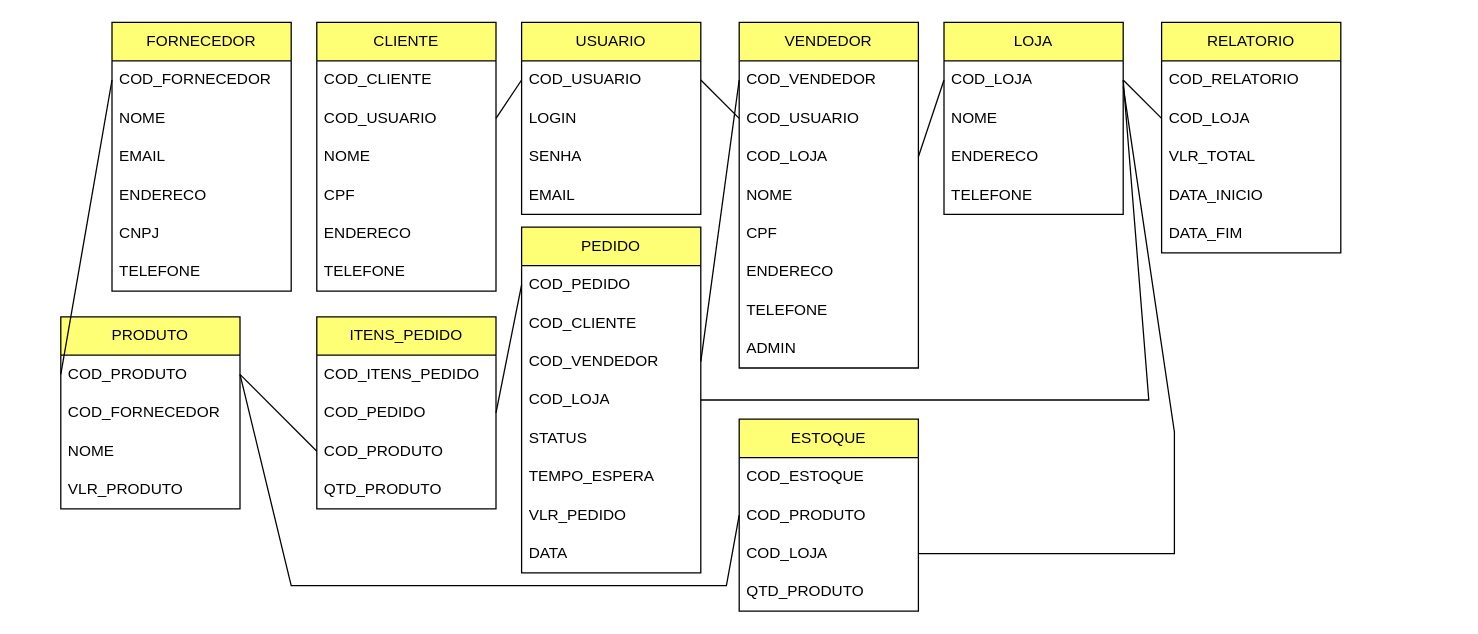
The draw.io diagram ProjetoLógicoZéDelivery/zedelivery.drawio in NicolasKevin2/BD, before the edit. Source tidied: cells renumbered, new cells numbered last; positions are measured from the earlier drawing's top-left corner, leaving out a move shared by most shapes. Both pictures are drawn from the tidied source at 128%, with x=0, y=0 at pixel (60, 22).
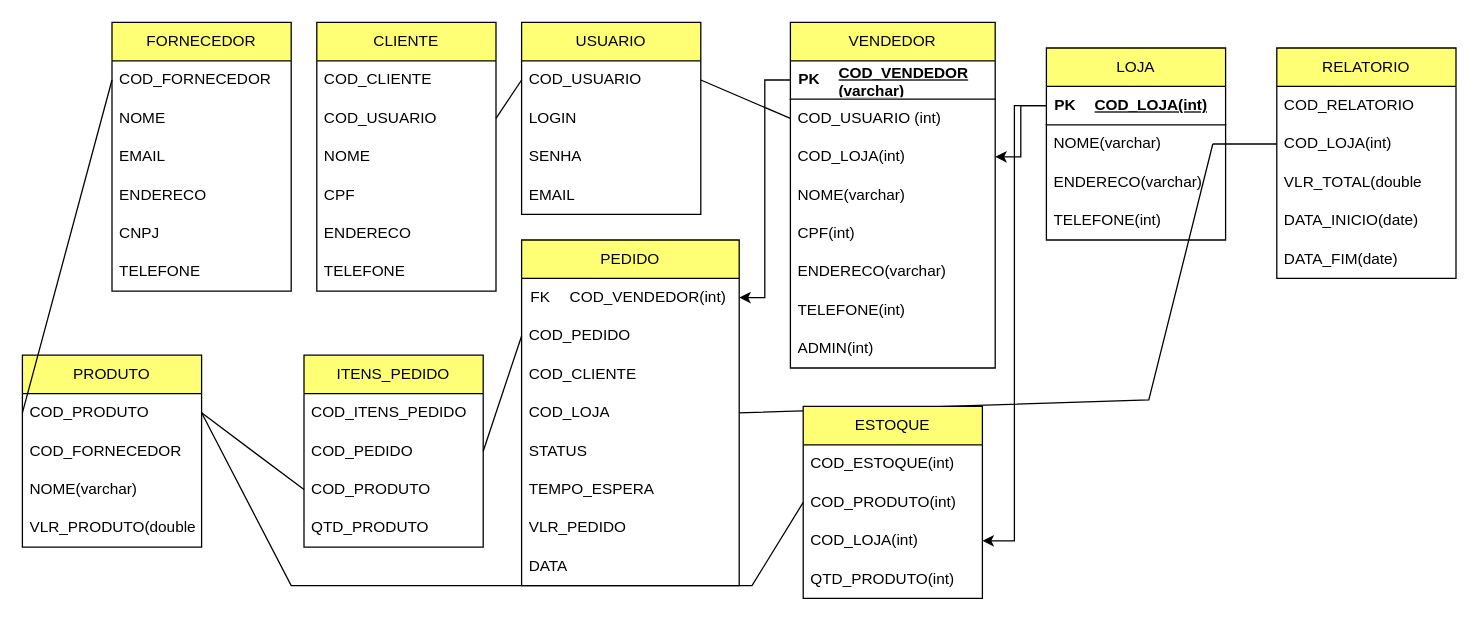
After the change.

Unchanged cells that the change refers to:
```xml
<mxCell id="49" value="COD_PRODUTO" style="text;strokeColor=none;fillColor=none;align=left;verticalAlign=middle;spacingLeft=4;spacingRight=4;overflow=hidden;points=[[0,0.5],[1,0.5]];portConstraint=eastwest;whiteSpace=wrap;html=1;" parent="48" vertex="1">
  <mxGeometry y="30" width="140" height="30" as="geometry" />
</mxCell>
```

Diff of the diagram source:
```diff
@@
     <mxCell id="15" value="VENDEDOR" style="swimlane;fontStyle=0;horizontal=1;startSize=30;whiteSpace=wrap;html=1;fillColor=#FFFF75;" parent="1" vertex="1">
-      <mxGeometry x="530" width="140" height="270" as="geometry" />
+      <mxGeometry x="570" width="160" height="270" as="geometry" />
     </mxCell>
-    <mxCell id="16" value="COD_VENDEDOR" style="text;strokeColor=none;fillColor=none;align=left;verticalAlign=middle;spacingLeft=4;spacingRight=4;overflow=hidden;points=[[0,0.5],[1,0.5]];portConstraint=eastwest;whiteSpace=wrap;html=1;" parent="15" vertex="1">
-      <mxGeometry y="30" width="140" height="30" as="geometry" />
-    </mxCell>
+    <mxCell id="76" style="shape=tableRow;horizontal=0;startSize=0;swimlaneHead=0;swimlaneBody=0;fillColor=none;points=[[0,0.5],[1,0.5]];portConstraint=eastwest;top=0;left=0;right=0;bottom=1;" parent="15" vertex="1">
+      <mxGeometry y="30" width="160" height="30" as="geometry" />
+    </mxCell>
+    <mxCell id="77" value="PK" style="shape=partialRectangle;fillColor=none;top=0;left=0;bottom=0;right=0;fontStyle=1;overflow=hidden;whiteSpace=wrap;html=1;" parent="76" vertex="1">
+      <mxGeometry width="30" height="30" as="geometry" />
+    </mxCell>
+    <mxCell id="78" value="COD_VENDEDOR (varchar)" style="shape=partialRectangle;fillColor=none;top=0;left=0;bottom=0;right=0;align=left;spacingLeft=6;fontStyle=5;overflow=hidden;whiteSpace=wrap;html=1;" parent="76" vertex="1">
+      <mxGeometry x="30" width="150" height="30" as="geometry" />
+    </mxCell>
-    <mxCell id="17" value="COD_USUARIO" style="text;strokeColor=none;fillColor=none;align=left;verticalAlign=middle;spacingLeft=4;spacingRight=4;overflow=hidden;points=[[0,0.5],[1,0.5]];portConstraint=eastwest;whiteSpace=wrap;html=1;" parent="15" vertex="1">
-      <mxGeometry y="60" width="140" height="30" as="geometry" />
+    <mxCell id="17" value="COD_USUARIO (int)" style="text;strokeColor=none;fillColor=none;align=left;verticalAlign=middle;spacingLeft=4;spacingRight=4;overflow=hidden;points=[[0,0.5],[1,0.5]];portConstraint=eastwest;whiteSpace=wrap;html=1;" parent="15" vertex="1">
+      <mxGeometry y="60" width="160" height="30" as="geometry" />
     </mxCell>
-    <mxCell id="18" value="COD_LOJA" style="text;strokeColor=none;fillColor=none;align=left;verticalAlign=middle;spacingLeft=4;spacingRight=4;overflow=hidden;points=[[0,0.5],[1,0.5]];portConstraint=eastwest;whiteSpace=wrap;html=1;" parent="15" vertex="1">
-      <mxGeometry y="90" width="140" height="30" as="geometry" />
+    <mxCell id="18" value="COD_LOJA(int)" style="text;strokeColor=none;fillColor=none;align=left;verticalAlign=middle;spacingLeft=4;spacingRight=4;overflow=hidden;points=[[0,0.5],[1,0.5]];portConstraint=eastwest;whiteSpace=wrap;html=1;" parent="15" vertex="1">
+      <mxGeometry y="90" width="160" height="30" as="geometry" />
     </mxCell>
-    <mxCell id="19" value="NOME" style="text;strokeColor=none;fillColor=none;align=left;verticalAlign=middle;spacingLeft=4;spacingRight=4;overflow=hidden;whiteSpace=wrap;html=1;" parent="15" vertex="1">
-      <mxGeometry y="120" width="140" height="30" as="geometry" />
+    <mxCell id="19" value="NOME(varchar)" style="text;strokeColor=none;fillColor=none;align=left;verticalAlign=middle;spacingLeft=4;spacingRight=4;overflow=hidden;whiteSpace=wrap;html=1;" parent="15" vertex="1">
+      <mxGeometry y="120" width="160" height="30" as="geometry" />
     </mxCell>
-    <mxCell id="20" value="CPF" style="text;strokeColor=none;fillColor=none;align=left;verticalAlign=middle;spacingLeft=4;spacingRight=4;overflow=hidden;whiteSpace=wrap;html=1;" parent="15" vertex="1">
-      <mxGeometry y="150" width="140" height="30" as="geometry" />
+    <mxCell id="20" value="CPF(int)" style="text;strokeColor=none;fillColor=none;align=left;verticalAlign=middle;spacingLeft=4;spacingRight=4;overflow=hidden;whiteSpace=wrap;html=1;" parent="15" vertex="1">
+      <mxGeometry y="150" width="160" height="30" as="geometry" />
     </mxCell>
-    <mxCell id="21" value="ENDERECO" style="text;strokeColor=none;fillColor=none;align=left;verticalAlign=middle;spacingLeft=4;spacingRight=4;overflow=hidden;whiteSpace=wrap;html=1;" parent="15" vertex="1">
-      <mxGeometry y="180" width="140" height="30" as="geometry" />
+    <mxCell id="21" value="ENDERECO(varchar)" style="text;strokeColor=none;fillColor=none;align=left;verticalAlign=middle;spacingLeft=4;spacingRight=4;overflow=hidden;whiteSpace=wrap;html=1;" parent="15" vertex="1">
+      <mxGeometry y="180" width="160" height="30" as="geometry" />
     </mxCell>
-    <mxCell id="22" value="TELEFONE" style="text;strokeColor=none;fillColor=none;align=left;verticalAlign=middle;spacingLeft=4;spacingRight=4;overflow=hidden;whiteSpace=wrap;html=1;" parent="15" vertex="1">
-      <mxGeometry y="210" width="140" height="30" as="geometry" />
+    <mxCell id="22" value="TELEFONE(int)" style="text;strokeColor=none;fillColor=none;align=left;verticalAlign=middle;spacingLeft=4;spacingRight=4;overflow=hidden;whiteSpace=wrap;html=1;" parent="15" vertex="1">
+      <mxGeometry y="210" width="160" height="30" as="geometry" />
     </mxCell>
-    <mxCell id="23" value="ADMIN" style="text;strokeColor=none;fillColor=none;align=left;verticalAlign=middle;spacingLeft=4;spacingRight=4;overflow=hidden;whiteSpace=wrap;html=1;" parent="15" vertex="1">
-      <mxGeometry y="240" width="140" height="30" as="geometry" />
+    <mxCell id="23" value="ADMIN(int)" style="text;strokeColor=none;fillColor=none;align=left;verticalAlign=middle;spacingLeft=4;spacingRight=4;overflow=hidden;whiteSpace=wrap;html=1;" parent="15" vertex="1">
+      <mxGeometry y="240" width="160" height="30" as="geometry" />
     </mxCell>
@@
     <mxCell id="25" value="LOJA" style="swimlane;fontStyle=0;horizontal=1;startSize=30;whiteSpace=wrap;html=1;fillColor=#FFFF75;" parent="1" vertex="1">
-      <mxGeometry x="690" width="140" height="150" as="geometry" />
+      <mxGeometry x="770" y="20" width="140" height="150" as="geometry" />
     </mxCell>
-    <mxCell id="26" value="COD_LOJA" style="text;strokeColor=none;fillColor=none;align=left;verticalAlign=middle;spacingLeft=4;spacingRight=4;overflow=hidden;points=[[0,0.5],[1,0.5]];portConstraint=eastwest;whiteSpace=wrap;html=1;" parent="25" vertex="1">
-      <mxGeometry y="30" width="140" height="30" as="geometry" />
-    </mxCell>
+    <mxCell id="79" style="shape=table;startSize=0;childLayout=tableLayout;rowLines=0;fontStyle=0;align=center;strokeColor=none;fillColor=none;" parent="25" vertex="1">
+      <mxGeometry y="30" width="140" height="30" as="geometry" />
+    </mxCell>
+    <mxCell id="80" style="shape=tableRow;horizontal=0;startSize=0;swimlaneHead=0;swimlaneBody=0;fillColor=none;points=[[0,0.5],[1,0.5]];portConstraint=eastwest;top=0;left=0;right=0;bottom=1;" parent="79" vertex="1">
+      <mxGeometry width="140" height="30" as="geometry" />
+    </mxCell>
+    <mxCell id="81" value="PK" style="shape=partialRectangle;fillColor=none;top=0;left=0;bottom=0;right=0;fontStyle=1;overflow=hidden;whiteSpace=wrap;html=1;" parent="80" vertex="1">
+      <mxGeometry width="30" height="30" as="geometry" />
+    </mxCell>
+    <mxCell id="82" value="COD_LOJA(int)" style="shape=partialRectangle;fillColor=none;top=0;left=0;bottom=0;right=0;align=left;spacingLeft=6;fontStyle=5;overflow=hidden;whiteSpace=wrap;html=1;" parent="80" vertex="1">
+      <mxGeometry x="30" width="110" height="30" as="geometry" />
+    </mxCell>
-    <mxCell id="27" value="NOME" style="text;strokeColor=none;fillColor=none;align=left;verticalAlign=middle;spacingLeft=4;spacingRight=4;overflow=hidden;whiteSpace=wrap;html=1;" parent="25" vertex="1">
+    <mxCell id="27" value="NOME(varchar)" style="text;strokeColor=none;fillColor=none;align=left;verticalAlign=middle;spacingLeft=4;spacingRight=4;overflow=hidden;whiteSpace=wrap;html=1;" parent="25" vertex="1">
       <mxGeometry y="60" width="140" height="30" as="geometry" />
     </mxCell>
-    <mxCell id="28" value="ENDERECO" style="text;strokeColor=none;fillColor=none;align=left;verticalAlign=middle;spacingLeft=4;spacingRight=4;overflow=hidden;whiteSpace=wrap;html=1;" parent="25" vertex="1">
+    <mxCell id="28" value="ENDERECO(varchar)" style="text;strokeColor=none;fillColor=none;align=left;verticalAlign=middle;spacingLeft=4;spacingRight=4;overflow=hidden;whiteSpace=wrap;html=1;" parent="25" vertex="1">
       <mxGeometry y="90" width="140" height="30" as="geometry" />
     </mxCell>
-    <mxCell id="29" value="TELEFONE" style="text;strokeColor=none;fillColor=none;align=left;verticalAlign=middle;spacingLeft=4;spacingRight=4;overflow=hidden;whiteSpace=wrap;html=1;" parent="25" vertex="1">
+    <mxCell id="29" value="TELEFONE(int)" style="text;strokeColor=none;fillColor=none;align=left;verticalAlign=middle;spacingLeft=4;spacingRight=4;overflow=hidden;whiteSpace=wrap;html=1;" parent="25" vertex="1">
       <mxGeometry y="120" width="140" height="30" as="geometry" />
     </mxCell>
-    <mxCell id="30" style="endArrow=none;html=1;rounded=0;entryX=1;entryY=0.5;entryDx=0;entryDy=0;exitX=0;exitY=0.5;exitDx=0;exitDy=0;" parent="1" edge="1" source="26" target="18">
-      <mxGeometry relative="1" as="geometry" />
-    </mxCell>
     <mxCell id="31" value="PEDIDO" style="swimlane;fontStyle=0;horizontal=1;startSize=30;whiteSpace=wrap;html=1;fillColor=#FFFF75;" parent="1" vertex="1">
-      <mxGeometry x="360" y="160" width="140" height="270" as="geometry" />
+      <mxGeometry x="360" y="170" width="170" height="270" as="geometry" />
     </mxCell>
+    <mxCell id="83" style="shape=table;startSize=0;childLayout=tableLayout;rowLines=0;fontStyle=0;align=center;strokeColor=none;fillColor=none;" parent="31" vertex="1">
+      <mxGeometry y="30" width="170" height="30" as="geometry" />
+    </mxCell>
+    <mxCell id="84" style="shape=tableRow;horizontal=0;startSize=0;swimlaneHead=0;swimlaneBody=0;fillColor=none;points=[[0,0.5],[1,0.5]];portConstraint=eastwest;top=0;left=0;right=0;bottom=0;" parent="83" vertex="1">
+      <mxGeometry width="170" height="30" as="geometry" />
+    </mxCell>
+    <mxCell id="85" value="FK" style="shape=partialRectangle;fillColor=none;top=0;left=0;bottom=0;right=0;fontStyle=0;overflow=hidden;whiteSpace=wrap;html=1;" parent="84" vertex="1">
+      <mxGeometry width="30" height="30" as="geometry" />
+    </mxCell>
+    <mxCell id="86" value="COD_VENDEDOR(int)" style="shape=partialRectangle;fillColor=none;top=0;left=0;bottom=0;right=0;align=left;spacingLeft=6;fontStyle=0;overflow=hidden;whiteSpace=wrap;html=1;" parent="84" vertex="1">
+      <mxGeometry x="30" width="140" height="30" as="geometry" />
+    </mxCell>
     <mxCell id="32" value="COD_PEDIDO" style="text;strokeColor=none;fillColor=none;align=left;verticalAlign=middle;spacingLeft=4;spacingRight=4;overflow=hidden;points=[[0,0.5],[1,0.5]];portConstraint=eastwest;whiteSpace=wrap;html=1;" parent="31" vertex="1">
-      <mxGeometry y="30" width="140" height="30" as="geometry" />
+      <mxGeometry y="60" width="170" height="30" as="geometry" />
     </mxCell>
     <mxCell id="33" value="COD_CLIENTE" style="text;strokeColor=none;fillColor=none;align=left;verticalAlign=middle;spacingLeft=4;spacingRight=4;overflow=hidden;whiteSpace=wrap;html=1;" parent="31" vertex="1">
-      <mxGeometry y="60" width="140" height="30" as="geometry" />
+      <mxGeometry y="90" width="170" height="30" as="geometry" />
     </mxCell>
-    <mxCell id="34" value="COD_VENDEDOR" style="text;strokeColor=none;fillColor=none;align=left;verticalAlign=middle;spacingLeft=4;spacingRight=4;overflow=hidden;points=[[0,0.5],[1,0.5]];portConstraint=eastwest;whiteSpace=wrap;html=1;" parent="31" vertex="1">
-      <mxGeometry y="90" width="140" height="30" as="geometry" />
-    </mxCell>
     <mxCell id="35" value="COD_LOJA" style="text;strokeColor=none;fillColor=none;align=left;verticalAlign=middle;spacingLeft=4;spacingRight=4;overflow=hidden;points=[[0,0.5],[1,0.5]];portConstraint=eastwest;whiteSpace=wrap;html=1;" parent="31" vertex="1">
-      <mxGeometry y="120" width="140" height="30" as="geometry" />
+      <mxGeometry y="120" width="170" height="30" as="geometry" />
     </mxCell>
     <mxCell id="36" value="STATUS" style="text;strokeColor=none;fillColor=none;align=left;verticalAlign=middle;spacingLeft=4;spacingRight=4;overflow=hidden;whiteSpace=wrap;html=1;" parent="31" vertex="1">
-      <mxGeometry y="150" width="140" height="30" as="geometry" />
+      <mxGeometry y="150" width="170" height="30" as="geometry" />
     </mxCell>
     <mxCell id="37" value="TEMPO_ESPERA" style="text;strokeColor=none;fillColor=none;align=left;verticalAlign=middle;spacingLeft=4;spacingRight=4;overflow=hidden;whiteSpace=wrap;html=1;" parent="31" vertex="1">
-      <mxGeometry y="180" width="140" height="30" as="geometry" />
+      <mxGeometry y="180" width="170" height="30" as="geometry" />
     </mxCell>
     <mxCell id="38" value="VLR_PEDIDO" style="text;strokeColor=none;fillColor=none;align=left;verticalAlign=middle;spacingLeft=4;spacingRight=4;overflow=hidden;whiteSpace=wrap;html=1;" parent="31" vertex="1">
-      <mxGeometry y="210" width="140" height="30" as="geometry" />
+      <mxGeometry y="210" width="170" height="30" as="geometry" />
     </mxCell>
     <mxCell id="39" value="DATA" style="text;strokeColor=none;fillColor=none;align=left;verticalAlign=middle;spacingLeft=4;spacingRight=4;overflow=hidden;whiteSpace=wrap;html=1;" parent="31" vertex="1">
-      <mxGeometry y="240" width="140" height="30" as="geometry" />
+      <mxGeometry y="240" width="170" height="30" as="geometry" />
     </mxCell>
     <mxCell id="40" value="ITENS_PEDIDO" style="swimlane;fontStyle=0;horizontal=1;startSize=30;whiteSpace=wrap;html=1;fillColor=#FFFF75;" parent="1" vertex="1">
-      <mxGeometry x="200" y="230" width="140" height="150" as="geometry" />
+      <mxGeometry x="190" y="260" width="140" height="150" as="geometry" />
     </mxCell>
@@
-    <mxCell id="46" style="endArrow=none;html=1;rounded=0;entryX=0;entryY=0.5;entryDx=0;entryDy=0;exitX=1;exitY=0.5;exitDx=0;exitDy=0;" parent="1" edge="1" source="34" target="16">
-      <mxGeometry relative="1" as="geometry" />
-    </mxCell>
-    <mxCell id="47" style="endArrow=none;html=1;rounded=0;entryX=1;entryY=0.5;entryDx=0;entryDy=0;exitX=1;exitY=0.5;exitDx=0;exitDy=0;" parent="1" edge="1" source="26" target="35">
+    <mxCell id="47" style="endArrow=none;html=1;rounded=0;entryX=1;entryY=0.5;entryDx=0;entryDy=0;exitX=1;exitY=0.5;exitDx=0;exitDy=0;" parent="1" edge="1" target="35">
       <mxGeometry relative="1" as="geometry">
+        <mxPoint x="900" y="95" as="sourcePoint" />
         <Array as="points">
           <mxPoint x="850" y="295" />
         </Array>
       </mxGeometry>
     </mxCell>
     <mxCell id="48" value="PRODUTO" style="swimlane;fontStyle=0;horizontal=1;startSize=30;whiteSpace=wrap;html=1;fillColor=#FFFF75;" parent="1" vertex="1">
-      <mxGeometry y="230" width="140" height="150" as="geometry" />
+      <mxGeometry x="-30" y="260" width="140" height="150" as="geometry" />
     </mxCell>
@@
-    <mxCell id="51" value="NOME" style="text;strokeColor=none;fillColor=none;align=left;verticalAlign=middle;spacingLeft=4;spacingRight=4;overflow=hidden;whiteSpace=wrap;html=1;" parent="48" vertex="1">
+    <mxCell id="51" value="NOME(varchar)" style="text;strokeColor=none;fillColor=none;align=left;verticalAlign=middle;spacingLeft=4;spacingRight=4;overflow=hidden;whiteSpace=wrap;html=1;" parent="48" vertex="1">
       <mxGeometry y="90" width="140" height="30" as="geometry" />
     </mxCell>
-    <mxCell id="52" value="VLR_PRODUTO" style="text;strokeColor=none;fillColor=none;align=left;verticalAlign=middle;spacingLeft=4;spacingRight=4;overflow=hidden;whiteSpace=wrap;html=1;" parent="48" vertex="1">
+    <mxCell id="52" value="VLR_PRODUTO(double)" style="text;strokeColor=none;fillColor=none;align=left;verticalAlign=middle;spacingLeft=4;spacingRight=4;overflow=hidden;whiteSpace=wrap;html=1;" parent="48" vertex="1">
       <mxGeometry y="120" width="140" height="30" as="geometry" />
     </mxCell>
@@
     <mxCell id="62" value="ESTOQUE" style="swimlane;fontStyle=0;horizontal=1;startSize=30;whiteSpace=wrap;html=1;fillColor=#FFFF75;" parent="1" vertex="1">
-      <mxGeometry x="530" y="310" width="140" height="150" as="geometry" />
+      <mxGeometry x="580" y="300" width="140" height="150" as="geometry" />
     </mxCell>
-    <mxCell id="63" value="COD_ESTOQUE" style="text;strokeColor=none;fillColor=none;align=left;verticalAlign=middle;spacingLeft=4;spacingRight=4;overflow=hidden;whiteSpace=wrap;html=1;" parent="62" vertex="1">
+    <mxCell id="63" value="COD_ESTOQUE(int)" style="text;strokeColor=none;fillColor=none;align=left;verticalAlign=middle;spacingLeft=4;spacingRight=4;overflow=hidden;whiteSpace=wrap;html=1;" parent="62" vertex="1">
       <mxGeometry y="30" width="140" height="30" as="geometry" />
     </mxCell>
-    <mxCell id="64" value="COD_PRODUTO" style="text;strokeColor=none;fillColor=none;align=left;verticalAlign=middle;spacingLeft=4;spacingRight=4;overflow=hidden;points=[[0,0.5],[1,0.5]];portConstraint=eastwest;whiteSpace=wrap;html=1;" parent="62" vertex="1">
+    <mxCell id="64" value="COD_PRODUTO(int)" style="text;strokeColor=none;fillColor=none;align=left;verticalAlign=middle;spacingLeft=4;spacingRight=4;overflow=hidden;points=[[0,0.5],[1,0.5]];portConstraint=eastwest;whiteSpace=wrap;html=1;" parent="62" vertex="1">
       <mxGeometry y="60" width="140" height="30" as="geometry" />
     </mxCell>
-    <mxCell id="65" value="COD_LOJA" style="text;strokeColor=none;fillColor=none;align=left;verticalAlign=middle;spacingLeft=4;spacingRight=4;overflow=hidden;points=[[0,0.5],[1,0.5]];portConstraint=eastwest;whiteSpace=wrap;html=1;" parent="62" vertex="1">
+    <mxCell id="65" value="COD_LOJA(int)" style="text;strokeColor=none;fillColor=none;align=left;verticalAlign=middle;spacingLeft=4;spacingRight=4;overflow=hidden;points=[[0,0.5],[1,0.5]];portConstraint=eastwest;whiteSpace=wrap;html=1;" parent="62" vertex="1">
       <mxGeometry y="90" width="140" height="30" as="geometry" />
     </mxCell>
-    <mxCell id="66" value="QTD_PRODUTO" style="text;strokeColor=none;fillColor=none;align=left;verticalAlign=middle;spacingLeft=4;spacingRight=4;overflow=hidden;whiteSpace=wrap;html=1;" parent="62" vertex="1">
+    <mxCell id="66" value="QTD_PRODUTO(int)" style="text;strokeColor=none;fillColor=none;align=left;verticalAlign=middle;spacingLeft=4;spacingRight=4;overflow=hidden;whiteSpace=wrap;html=1;" parent="62" vertex="1">
       <mxGeometry y="120" width="140" height="30" as="geometry" />
     </mxCell>
-    <mxCell id="67" style="endArrow=none;html=1;rounded=0;entryX=1;entryY=0.5;entryDx=0;entryDy=0;" parent="1" edge="1" target="65">
-      <mxGeometry relative="1" as="geometry">
-        <mxPoint x="830" y="50" as="sourcePoint" />
-        <Array as="points">
-          <mxPoint x="870" y="320" />
-          <mxPoint x="870" y="415" />
-          <mxPoint x="800" y="415" />
-        </Array>
-      </mxGeometry>
-    </mxCell>
     <mxCell id="68" style="endArrow=none;html=1;rounded=0;entryX=0;entryY=0.5;entryDx=0;entryDy=0;exitX=1;exitY=0.5;exitDx=0;exitDy=0;" parent="1" edge="1" source="49" target="64">
       <mxGeometry relative="1" as="geometry">
         <Array as="points">
           <mxPoint x="180" y="440" />
-          <mxPoint x="520" y="440" />
+          <mxPoint x="540" y="440" />
         </Array>
       </mxGeometry>
     </mxCell>
     <mxCell id="69" value="RELATORIO" style="swimlane;fontStyle=0;horizontal=1;startSize=30;whiteSpace=wrap;html=1;fillColor=#FFFF75;" parent="1" vertex="1">
-      <mxGeometry x="860" width="140" height="180" as="geometry" />
+      <mxGeometry x="950" y="20" width="140" height="180" as="geometry" />
     </mxCell>
@@
-    <mxCell id="71" value="COD_LOJA" style="text;strokeColor=none;fillColor=none;align=left;verticalAlign=middle;spacingLeft=4;spacingRight=4;overflow=hidden;points=[[0,0.5],[1,0.5]];portConstraint=eastwest;whiteSpace=wrap;html=1;" parent="69" vertex="1">
+    <mxCell id="71" value="COD_LOJA(int)" style="text;strokeColor=none;fillColor=none;align=left;verticalAlign=middle;spacingLeft=4;spacingRight=4;overflow=hidden;points=[[0,0.5],[1,0.5]];portConstraint=eastwest;whiteSpace=wrap;html=1;" parent="69" vertex="1">
       <mxGeometry y="60" width="140" height="30" as="geometry" />
     </mxCell>
-    <mxCell id="72" value="VLR_TOTAL" style="text;strokeColor=none;fillColor=none;align=left;verticalAlign=middle;spacingLeft=4;spacingRight=4;overflow=hidden;whiteSpace=wrap;html=1;" parent="69" vertex="1">
+    <mxCell id="72" value="VLR_TOTAL(double" style="text;strokeColor=none;fillColor=none;align=left;verticalAlign=middle;spacingLeft=4;spacingRight=4;overflow=hidden;whiteSpace=wrap;html=1;" parent="69" vertex="1">
       <mxGeometry y="90" width="140" height="30" as="geometry" />
     </mxCell>
-    <mxCell id="73" value="DATA_INICIO" style="text;strokeColor=none;fillColor=none;align=left;verticalAlign=middle;spacingLeft=4;spacingRight=4;overflow=hidden;whiteSpace=wrap;html=1;" parent="69" vertex="1">
+    <mxCell id="73" value="DATA_INICIO(date)" style="text;strokeColor=none;fillColor=none;align=left;verticalAlign=middle;spacingLeft=4;spacingRight=4;overflow=hidden;whiteSpace=wrap;html=1;" parent="69" vertex="1">
       <mxGeometry y="120" width="140" height="30" as="geometry" />
     </mxCell>
-    <mxCell id="74" value="DATA_FIM" style="text;strokeColor=none;fillColor=none;align=left;verticalAlign=middle;spacingLeft=4;spacingRight=4;overflow=hidden;whiteSpace=wrap;html=1;" parent="69" vertex="1">
+    <mxCell id="74" value="DATA_FIM(date)" style="text;strokeColor=none;fillColor=none;align=left;verticalAlign=middle;spacingLeft=4;spacingRight=4;overflow=hidden;whiteSpace=wrap;html=1;" parent="69" vertex="1">
       <mxGeometry y="150" width="140" height="30" as="geometry" />
     </mxCell>
-    <mxCell id="75" style="endArrow=none;html=1;rounded=0;entryX=1;entryY=0.5;entryDx=0;entryDy=0;exitX=0;exitY=0.5;exitDx=0;exitDy=0;" parent="1" edge="1" source="71" target="26">
-      <mxGeometry relative="1" as="geometry" />
+    <mxCell id="75" style="endArrow=none;html=1;rounded=0;entryX=1;entryY=0.5;entryDx=0;entryDy=0;exitX=0;exitY=0.5;exitDx=0;exitDy=0;" parent="1" edge="1" source="71">
+      <mxGeometry relative="1" as="geometry">
+        <mxPoint x="900" y="95" as="targetPoint" />
+      </mxGeometry>
     </mxCell>
+    <mxCell id="87" style="edgeStyle=orthogonalEdgeStyle;rounded=0;jettySize=auto;html=1;" parent="1" edge="1" source="76" target="84">
+      <mxGeometry relative="1" as="geometry" />
+    </mxCell>
+    <mxCell id="88" style="edgeStyle=orthogonalEdgeStyle;rounded=0;jettySize=auto;html=1;" parent="1" edge="1" source="80" target="65">
+      <mxGeometry relative="1" as="geometry" />
+    </mxCell>
+    <mxCell id="89" style="edgeStyle=orthogonalEdgeStyle;rounded=0;jettySize=auto;html=1;" parent="1" edge="1" source="80" target="18">
+      <mxGeometry relative="1" as="geometry" />
+    </mxCell>
```
